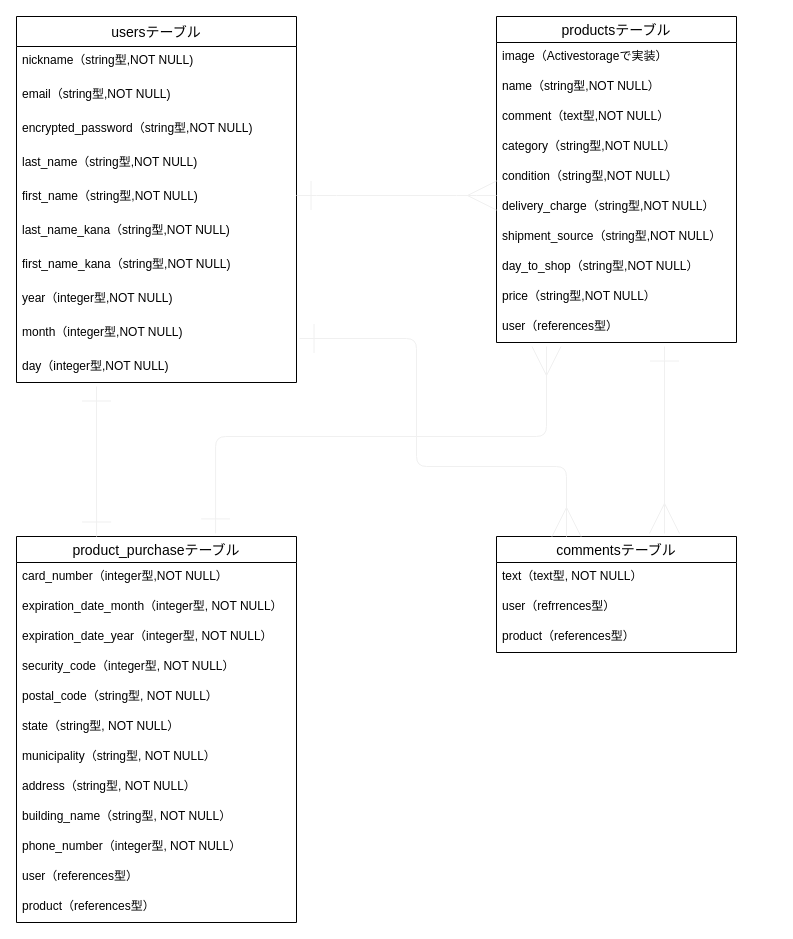
Before: furima.dio in yousuke44/furima-35852, a draw.io diagram. Source tidied: cells renumbered, new cells numbered last; positions are measured from the earlier drawing's top-left corner, leaving out a move shared by most shapes. Both pictures are drawn from the tidied source at 100%, with x=0, y=0 at pixel (16, 16).
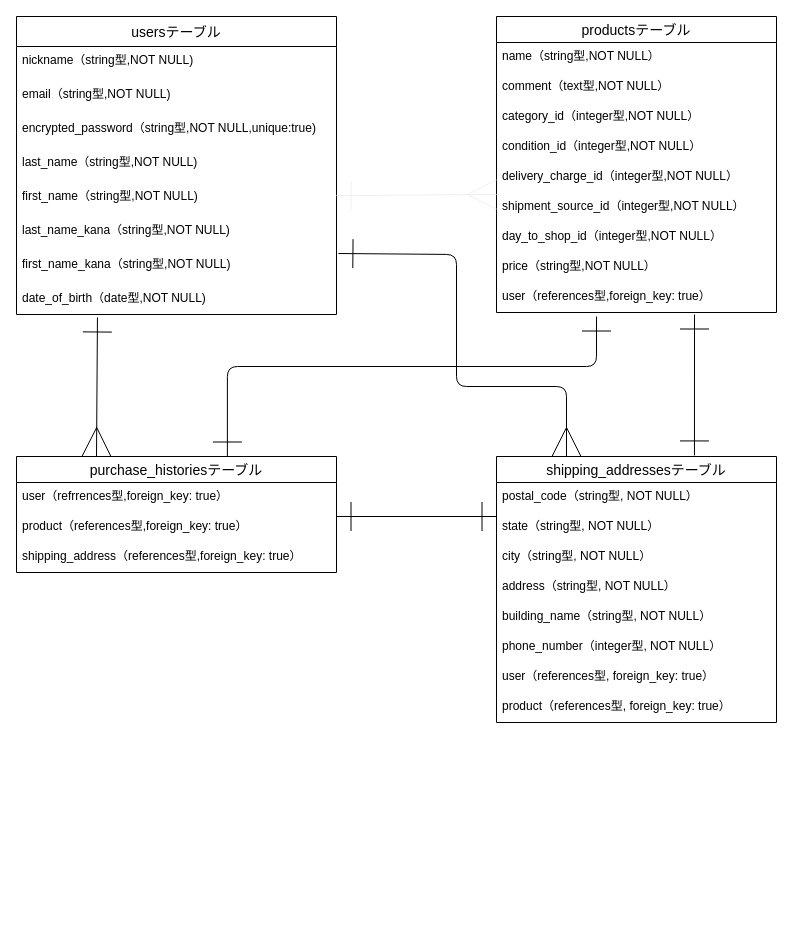
Above is the later version.

Commit message (it also covers changes not shown here):
データベース設計の修正

What changed in the source:
```diff
@@
     <mxCell id="2" value="usersテーブル" style="swimlane;fontStyle=0;horizontal=1;startSize=30;align=center;fontSize=14;" parent="1" vertex="1">
-      <mxGeometry width="280" height="366" as="geometry" />
+      <mxGeometry width="320" height="298" as="geometry" />
     </mxCell>
     <mxCell id="3" value="nickname（string型,NOT NULL)" style="text;strokeColor=none;fillColor=none;spacingLeft=4;spacingRight=4;overflow=hidden;fontSize=12;" parent="2" vertex="1">
-      <mxGeometry y="30" width="280" height="30" as="geometry" />
+      <mxGeometry y="30" width="320" height="30" as="geometry" />
     </mxCell>
     <mxCell id="4" value="email（string型,NOT NULL)" style="text;strokeColor=none;fillColor=none;spacingLeft=4;spacingRight=4;overflow=hidden;fontSize=12;verticalAlign=middle;align=left;" parent="2" vertex="1">
-      <mxGeometry y="60" width="280" height="34" as="geometry" />
+      <mxGeometry y="60" width="320" height="34" as="geometry" />
     </mxCell>
-    <mxCell id="5" value="encrypted_password（string型,NOT NULL)" style="text;strokeColor=none;fillColor=none;spacingLeft=4;spacingRight=4;overflow=hidden;fontSize=12;verticalAlign=middle;align=left;" parent="2" vertex="1">
-      <mxGeometry y="94" width="280" height="34" as="geometry" />
+    <mxCell id="5" value="encrypted_password（string型,NOT NULL,unique:true)" style="text;strokeColor=none;fillColor=none;spacingLeft=4;spacingRight=4;overflow=hidden;fontSize=12;verticalAlign=middle;align=left;" parent="2" vertex="1">
+      <mxGeometry y="94" width="320" height="34" as="geometry" />
     </mxCell>
     <mxCell id="6" value="last_name（string型,NOT NULL)" style="text;strokeColor=none;fillColor=none;spacingLeft=4;spacingRight=4;overflow=hidden;fontSize=12;verticalAlign=middle;align=left;" parent="2" vertex="1">
-      <mxGeometry y="128" width="280" height="34" as="geometry" />
+      <mxGeometry y="128" width="320" height="34" as="geometry" />
     </mxCell>
     <mxCell id="7" value="first_name（string型,NOT NULL)" style="text;strokeColor=none;fillColor=none;spacingLeft=4;spacingRight=4;overflow=hidden;points=[[0,0.5],[1,0.5]];portConstraint=eastwest;fontSize=12;verticalAlign=middle;align=left;" parent="2" vertex="1">
-      <mxGeometry y="162" width="280" height="34" as="geometry" />
+      <mxGeometry y="162" width="320" height="34" as="geometry" />
     </mxCell>
     <mxCell id="8" value="last_name_kana（string型,NOT NULL)" style="text;strokeColor=none;fillColor=none;spacingLeft=4;spacingRight=4;overflow=hidden;fontSize=12;verticalAlign=middle;align=left;" parent="2" vertex="1">
-      <mxGeometry y="196" width="280" height="34" as="geometry" />
+      <mxGeometry y="196" width="320" height="34" as="geometry" />
     </mxCell>
     <mxCell id="9" value="first_name_kana（string型,NOT NULL)" style="text;strokeColor=none;fillColor=none;spacingLeft=4;spacingRight=4;overflow=hidden;points=[[0,0.5],[1,0.5]];portConstraint=eastwest;fontSize=12;verticalAlign=middle;align=left;" parent="2" vertex="1">
-      <mxGeometry y="230" width="280" height="34" as="geometry" />
+      <mxGeometry y="230" width="320" height="34" as="geometry" />
     </mxCell>
-    <mxCell id="10" value="year（integer型,NOT NULL)" style="text;strokeColor=none;fillColor=none;spacingLeft=4;spacingRight=4;overflow=hidden;points=[[0,0.5],[1,0.5]];portConstraint=eastwest;fontSize=12;verticalAlign=middle;align=left;" parent="2" vertex="1">
-      <mxGeometry y="264" width="280" height="34" as="geometry" />
+    <mxCell id="10" value="date_of_birth（date型,NOT NULL)" style="text;strokeColor=none;fillColor=none;spacingLeft=4;spacingRight=4;overflow=hidden;points=[[0,0.5],[1,0.5]];portConstraint=eastwest;fontSize=12;verticalAlign=middle;align=left;" parent="2" vertex="1">
+      <mxGeometry y="264" width="320" height="34" as="geometry" />
     </mxCell>
-    <mxCell id="11" value="month（integer型,NOT NULL)" style="text;strokeColor=none;fillColor=none;spacingLeft=4;spacingRight=4;overflow=hidden;fontSize=12;verticalAlign=middle;align=left;" parent="2" vertex="1">
-      <mxGeometry y="298" width="280" height="34" as="geometry" />
-    </mxCell>
-    <mxCell id="12" value="day（integer型,NOT NULL)" style="text;strokeColor=none;fillColor=none;spacingLeft=4;spacingRight=4;overflow=hidden;fontSize=12;verticalAlign=middle;align=left;" parent="2" vertex="1">
-      <mxGeometry y="332" width="280" height="34" as="geometry" />
-    </mxCell>
     <mxCell id="13" value="productsテーブル" style="swimlane;fontStyle=0;horizontal=1;startSize=26;align=center;fontSize=14;" parent="1" vertex="1">
-      <mxGeometry x="480" width="240" height="326" as="geometry" />
+      <mxGeometry x="480" width="280" height="296" as="geometry" />
     </mxCell>
-    <mxCell id="14" value="image（Activestorageで実装）" style="text;strokeColor=none;fillColor=none;spacingLeft=4;spacingRight=4;overflow=hidden;fontSize=12;" parent="13" vertex="1">
-      <mxGeometry y="26" width="240" height="30" as="geometry" />
-    </mxCell>
     <mxCell id="15" value="name（string型,NOT NULL）" style="text;strokeColor=none;fillColor=none;spacingLeft=4;spacingRight=4;overflow=hidden;fontSize=12;" parent="13" vertex="1">
-      <mxGeometry y="56" width="240" height="30" as="geometry" />
+      <mxGeometry y="26" width="280" height="30" as="geometry" />
     </mxCell>
     <mxCell id="16" value="comment（text型,NOT NULL）" style="text;strokeColor=none;fillColor=none;spacingLeft=4;spacingRight=4;overflow=hidden;fontSize=12;" parent="13" vertex="1">
-      <mxGeometry y="86" width="240" height="30" as="geometry" />
+      <mxGeometry y="56" width="280" height="30" as="geometry" />
     </mxCell>
-    <mxCell id="17" value="category（string型,NOT NULL）" style="text;strokeColor=none;fillColor=none;spacingLeft=4;spacingRight=4;overflow=hidden;fontSize=12;" parent="13" vertex="1">
-      <mxGeometry y="116" width="240" height="30" as="geometry" />
+    <mxCell id="17" value="category_id（integer型,NOT NULL）" style="text;strokeColor=none;fillColor=none;spacingLeft=4;spacingRight=4;overflow=hidden;fontSize=12;" parent="13" vertex="1">
+      <mxGeometry y="86" width="280" height="30" as="geometry" />
     </mxCell>
-    <mxCell id="18" value="condition（string型,NOT NULL）" style="text;strokeColor=none;fillColor=none;spacingLeft=4;spacingRight=4;overflow=hidden;fontSize=12;" parent="13" vertex="1">
-      <mxGeometry y="146" width="240" height="30" as="geometry" />
+    <mxCell id="18" value="condition_id（integer型,NOT NULL）" style="text;strokeColor=none;fillColor=none;spacingLeft=4;spacingRight=4;overflow=hidden;fontSize=12;" parent="13" vertex="1">
+      <mxGeometry y="116" width="280" height="30" as="geometry" />
     </mxCell>
-    <mxCell id="19" value="delivery_charge（string型,NOT NULL）" style="text;strokeColor=none;fillColor=none;spacingLeft=4;spacingRight=4;overflow=hidden;points=[[0,0.5],[1,0.5]];portConstraint=eastwest;fontSize=12;" parent="13" vertex="1">
-      <mxGeometry y="176" width="240" height="30" as="geometry" />
+    <mxCell id="19" value="delivery_charge_id（integer型,NOT NULL）" style="text;strokeColor=none;fillColor=none;spacingLeft=4;spacingRight=4;overflow=hidden;points=[[0,0.5],[1,0.5]];portConstraint=eastwest;fontSize=12;" parent="13" vertex="1">
+      <mxGeometry y="146" width="280" height="30" as="geometry" />
     </mxCell>
-    <mxCell id="20" value="shipment_source（string型,NOT NULL）" style="text;strokeColor=none;fillColor=none;spacingLeft=4;spacingRight=4;overflow=hidden;fontSize=12;" parent="13" vertex="1">
-      <mxGeometry y="206" width="240" height="30" as="geometry" />
+    <mxCell id="20" value="shipment_source_id（integer型,NOT NULL）" style="text;strokeColor=none;fillColor=none;spacingLeft=4;spacingRight=4;overflow=hidden;fontSize=12;" parent="13" vertex="1">
+      <mxGeometry y="176" width="280" height="30" as="geometry" />
     </mxCell>
-    <mxCell id="21" value="day_to_shop（string型,NOT NULL）" style="text;strokeColor=none;fillColor=none;spacingLeft=4;spacingRight=4;overflow=hidden;fontSize=12;" parent="13" vertex="1">
-      <mxGeometry y="236" width="240" height="30" as="geometry" />
+    <mxCell id="21" value="day_to_shop_id（integer型,NOT NULL）" style="text;strokeColor=none;fillColor=none;spacingLeft=4;spacingRight=4;overflow=hidden;fontSize=12;" parent="13" vertex="1">
+      <mxGeometry y="206" width="280" height="30" as="geometry" />
     </mxCell>
     <mxCell id="22" value="price（string型,NOT NULL）" style="text;strokeColor=none;fillColor=none;spacingLeft=4;spacingRight=4;overflow=hidden;fontSize=12;" parent="13" vertex="1">
-      <mxGeometry y="266" width="240" height="30" as="geometry" />
+      <mxGeometry y="236" width="280" height="30" as="geometry" />
     </mxCell>
-    <mxCell id="23" value="user（references型）" style="text;strokeColor=none;fillColor=none;spacingLeft=4;spacingRight=4;overflow=hidden;fontSize=12;" parent="13" vertex="1">
-      <mxGeometry y="296" width="240" height="30" as="geometry" />
+    <mxCell id="23" value="user（references型,foreign_key: true）" style="text;strokeColor=none;fillColor=none;spacingLeft=4;spacingRight=4;overflow=hidden;fontSize=12;" parent="13" vertex="1">
+      <mxGeometry y="266" width="280" height="30" as="geometry" />
     </mxCell>
-    <mxCell id="24" value="product_purchaseテーブル" style="swimlane;fontStyle=0;horizontal=1;startSize=26;align=center;fontSize=14;" parent="1" vertex="1">
-      <mxGeometry y="520" width="280" height="386" as="geometry" />
+    <mxCell id="24" value="shipping_addressesテーブル" style="swimlane;fontStyle=0;horizontal=1;startSize=26;align=center;fontSize=14;" parent="1" vertex="1">
+      <mxGeometry x="480" y="440" width="280" height="266" as="geometry" />
     </mxCell>
-    <mxCell id="25" value="card_number（integer型,NOT NULL）" style="text;strokeColor=none;fillColor=none;spacingLeft=4;spacingRight=4;overflow=hidden;fontSize=12;" parent="24" vertex="1">
-      <mxGeometry y="26" width="280" height="30" as="geometry" />
-    </mxCell>
-    <mxCell id="26" value="expiration_date_month（integer型, NOT NULL）" style="text;strokeColor=none;fillColor=none;spacingLeft=4;spacingRight=4;overflow=hidden;fontSize=12;" parent="24" vertex="1">
-      <mxGeometry y="56" width="280" height="30" as="geometry" />
-    </mxCell>
-    <mxCell id="27" value="expiration_date_year（integer型, NOT NULL）" style="text;strokeColor=none;fillColor=none;spacingLeft=4;spacingRight=4;overflow=hidden;fontSize=12;" parent="24" vertex="1">
-      <mxGeometry y="86" width="280" height="30" as="geometry" />
-    </mxCell>
-    <mxCell id="28" value="security_code（integer型, NOT NULL）" style="text;strokeColor=none;fillColor=none;spacingLeft=4;spacingRight=4;overflow=hidden;fontSize=12;" parent="24" vertex="1">
-      <mxGeometry y="116" width="280" height="30" as="geometry" />
-    </mxCell>
     <mxCell id="29" value="postal_code（string型, NOT NULL）" style="text;strokeColor=none;fillColor=none;spacingLeft=4;spacingRight=4;overflow=hidden;fontSize=12;" parent="24" vertex="1">
-      <mxGeometry y="146" width="280" height="30" as="geometry" />
+      <mxGeometry y="26" width="280" height="30" as="geometry" />
     </mxCell>
     <mxCell id="30" value="state（string型, NOT NULL）" style="text;strokeColor=none;fillColor=none;spacingLeft=4;spacingRight=4;overflow=hidden;fontSize=12;" parent="24" vertex="1">
-      <mxGeometry y="176" width="280" height="30" as="geometry" />
+      <mxGeometry y="56" width="280" height="30" as="geometry" />
     </mxCell>
-    <mxCell id="31" value="municipality（string型, NOT NULL）" style="text;strokeColor=none;fillColor=none;spacingLeft=4;spacingRight=4;overflow=hidden;fontSize=12;" parent="24" vertex="1">
-      <mxGeometry y="206" width="280" height="30" as="geometry" />
+    <mxCell id="31" value="city（string型, NOT NULL）" style="text;strokeColor=none;fillColor=none;spacingLeft=4;spacingRight=4;overflow=hidden;fontSize=12;" parent="24" vertex="1">
+      <mxGeometry y="86" width="280" height="30" as="geometry" />
     </mxCell>
     <mxCell id="32" value="address（string型, NOT NULL）" style="text;strokeColor=none;fillColor=none;spacingLeft=4;spacingRight=4;overflow=hidden;fontSize=12;" parent="24" vertex="1">
-      <mxGeometry y="236" width="280" height="30" as="geometry" />
+      <mxGeometry y="116" width="280" height="30" as="geometry" />
     </mxCell>
     <mxCell id="33" value="building_name（string型, NOT NULL）" style="text;strokeColor=none;fillColor=none;spacingLeft=4;spacingRight=4;overflow=hidden;fontSize=12;" parent="24" vertex="1">
-      <mxGeometry y="266" width="280" height="30" as="geometry" />
+      <mxGeometry y="146" width="280" height="30" as="geometry" />
     </mxCell>
     <mxCell id="34" value="phone_number（integer型, NOT NULL）" style="text;strokeColor=none;fillColor=none;spacingLeft=4;spacingRight=4;overflow=hidden;fontSize=12;" parent="24" vertex="1">
-      <mxGeometry y="296" width="280" height="30" as="geometry" />
+      <mxGeometry y="176" width="280" height="30" as="geometry" />
     </mxCell>
+    <mxCell id="46" value="user（references型, foreign_key: true）" style="text;strokeColor=none;fillColor=none;spacingLeft=4;spacingRight=4;overflow=hidden;fontSize=12;" parent="24" vertex="1">
+      <mxGeometry y="206" width="280" height="30" as="geometry" />
+    </mxCell>
-    <mxCell id="35" value="user（references型）" style="text;strokeColor=none;fillColor=none;spacingLeft=4;spacingRight=4;overflow=hidden;fontSize=12;" parent="24" vertex="1">
-      <mxGeometry y="326" width="280" height="30" as="geometry" />
+    <mxCell id="35" value="product（references型, foreign_key: true）" style="text;strokeColor=none;fillColor=none;spacingLeft=4;spacingRight=4;overflow=hidden;fontSize=12;" parent="24" vertex="1">
+      <mxGeometry y="236" width="280" height="30" as="geometry" />
     </mxCell>
-    <mxCell id="36" value="product（references型）" style="text;strokeColor=none;fillColor=none;spacingLeft=4;spacingRight=4;overflow=hidden;fontSize=12;" parent="24" vertex="1">
-      <mxGeometry y="356" width="280" height="30" as="geometry" />
-    </mxCell>
-    <mxCell id="37" value="commentsテーブル" style="swimlane;fontStyle=0;horizontal=1;startSize=26;align=center;fontSize=14;" parent="1" vertex="1">
-      <mxGeometry x="480" y="520" width="240" height="116" as="geometry" />
+    <mxCell id="37" value="purchase_historiesテーブル" style="swimlane;fontStyle=0;horizontal=1;startSize=26;align=center;fontSize=14;" parent="1" vertex="1">
+      <mxGeometry y="440" width="320" height="116" as="geometry" />
     </mxCell>
-    <mxCell id="38" value="text（text型, NOT NULL）" style="text;strokeColor=none;fillColor=none;spacingLeft=4;spacingRight=4;overflow=hidden;fontSize=12;" parent="37" vertex="1">
-      <mxGeometry y="26" width="240" height="30" as="geometry" />
-    </mxCell>
-    <mxCell id="39" value="user（refrrences型）" style="text;strokeColor=none;fillColor=none;spacingLeft=4;spacingRight=4;overflow=hidden;fontSize=12;" parent="37" vertex="1">
-      <mxGeometry y="56" width="240" height="30" as="geometry" />
+    <mxCell id="39" value="user（refrrences型,foreign_key: true）" style="text;strokeColor=none;fillColor=none;spacingLeft=4;spacingRight=4;overflow=hidden;fontSize=12;" parent="37" vertex="1">
+      <mxGeometry y="26" width="320" height="30" as="geometry" />
     </mxCell>
-    <mxCell id="40" value="product（references型）" style="text;strokeColor=none;fillColor=none;spacingLeft=4;spacingRight=4;overflow=hidden;fontSize=12;" parent="37" vertex="1">
-      <mxGeometry y="86" width="240" height="30" as="geometry" />
+    <mxCell id="40" value="product（references型,foreign_key: true）" style="text;strokeColor=none;fillColor=none;spacingLeft=4;spacingRight=4;overflow=hidden;fontSize=12;" parent="37" vertex="1">
+      <mxGeometry y="56" width="320" height="30" as="geometry" />
     </mxCell>
+    <mxCell id="47" value="shipping_address（references型,foreign_key: true）" style="text;strokeColor=none;fillColor=none;spacingLeft=4;spacingRight=4;overflow=hidden;fontSize=12;" parent="37" vertex="1">
+      <mxGeometry y="86" width="320" height="30" as="geometry" />
+    </mxCell>
-    <mxCell id="41" style="edgeStyle=entityRelationEdgeStyle;fontSize=12;html=1;endArrow=ERmany;startArrow=ERone;strokeColor=#f0f0f0;exitX=1;exitY=0.5;exitDx=0;exitDy=0;entryX=0;entryY=0.1;entryDx=0;entryDy=0;entryPerimeter=0;endSize=27;startFill=0;startSize=27;endFill=0;" parent="1" edge="1" source="7" target="19">
+    <mxCell id="41" style="edgeStyle=entityRelationEdgeStyle;fontSize=12;html=1;endArrow=ERmany;startArrow=ERone;strokeColor=#f0f0f0;exitX=1;exitY=0.5;exitDx=0;exitDy=0;entryX=0;entryY=1.067;entryDx=0;entryDy=0;entryPerimeter=0;endSize=27;startFill=0;startSize=27;endFill=0;" parent="1" edge="1" source="7" target="19">
       <mxGeometry relative="1" as="geometry" />
     </mxCell>
-    <mxCell id="42" style="edgeStyle=orthogonalEdgeStyle;fontSize=12;html=1;endArrow=ERmany;startArrow=ERone;strokeColor=#f0f0f0;endFill=0;endSize=27;startFill=0;startSize=27;" parent="1" edge="1" target="37">
-      <mxGeometry relative="1" as="geometry">
-        <mxPoint x="283" y="322" as="sourcePoint" />
-        <Array as="points">
-          <mxPoint x="400" y="322" />
-          <mxPoint x="400" y="450" />
-          <mxPoint x="550" y="450" />
-        </Array>
-      </mxGeometry>
-    </mxCell>
-    <mxCell id="43" style="endArrow=ERmany;html=1;rounded=0;strokeColor=#f0f0f0;entryX=0.7;entryY=-0.026;entryDx=0;entryDy=0;entryPerimeter=0;endFill=0;startSize=27;endSize=28;startArrow=ERone;startFill=0;" parent="1" edge="1" target="37">
-      <mxGeometry relative="1" as="geometry">
-        <mxPoint x="648" y="330" as="sourcePoint" />
-      </mxGeometry>
-    </mxCell>
-    <mxCell id="44" style="endArrow=ERone;html=1;rounded=0;strokeColor=#f0f0f0;entryX=0.286;entryY=0;entryDx=0;entryDy=0;entryPerimeter=0;startArrow=ERone;startFill=0;endSize=27;startSize=27;endFill=0;" parent="1" edge="1" target="24">
-      <mxGeometry relative="1" as="geometry">
-        <mxPoint x="80" y="370" as="sourcePoint" />
-      </mxGeometry>
-    </mxCell>
-    <mxCell id="45" style="edgeStyle=orthogonalEdgeStyle;fontSize=12;html=1;endArrow=ERmany;strokeColor=#f0f0f0;exitX=0.711;exitY=-0.008;exitDx=0;exitDy=0;exitPerimeter=0;startArrow=ERone;startFill=0;startSize=27;endSize=27;" parent="1" edge="1" source="24">
-      <mxGeometry relative="1" as="geometry">
-        <mxPoint x="530" y="330" as="targetPoint" />
-        <Array as="points">
-          <mxPoint x="199" y="420" />
-          <mxPoint x="530" y="420" />
-        </Array>
-      </mxGeometry>
-    </mxCell>
+    <mxCell id="48" style="endArrow=ERmany;html=1;rounded=0;entryX=0.25;entryY=0;entryDx=0;entryDy=0;exitX=0.253;exitY=1.088;exitDx=0;exitDy=0;exitPerimeter=0;endFill=0;startSize=27;endSize=27;startArrow=ERone;startFill=0;" parent="1" edge="1" source="10" target="37">
+      <mxGeometry relative="1" as="geometry" />
+    </mxCell>
+    <mxCell id="49" style="endArrow=ERone;html=1;rounded=0;entryX=0.707;entryY=-0.004;entryDx=0;entryDy=0;entryPerimeter=0;endFill=0;startArrow=ERone;startFill=0;endSize=27;startSize=27;" parent="1" edge="1" target="24">
+      <mxGeometry relative="1" as="geometry">
+        <mxPoint x="678" y="298" as="sourcePoint" />
+      </mxGeometry>
+    </mxCell>
+    <mxCell id="50" style="edgeStyle=orthogonalEdgeStyle;fontSize=12;html=1;endArrow=ERmany;exitX=1.006;exitY=0.206;exitDx=0;exitDy=0;exitPerimeter=0;entryX=0.25;entryY=0;entryDx=0;entryDy=0;endSize=27;startArrow=ERone;startFill=0;startSize=27;" parent="1" edge="1" source="9" target="24">
+      <mxGeometry relative="1" as="geometry">
+        <Array as="points">
+          <mxPoint x="440" y="238" />
+          <mxPoint x="440" y="370" />
+          <mxPoint x="550" y="370" />
+        </Array>
+      </mxGeometry>
+    </mxCell>
+    <mxCell id="51" style="edgeStyle=orthogonalEdgeStyle;fontSize=12;html=1;endArrow=ERone;exitX=0.659;exitY=0;exitDx=0;exitDy=0;exitPerimeter=0;endFill=0;startArrow=ERone;startFill=0;jumpSize=6;endSize=27;startSize=27;" parent="1" edge="1" source="37">
+      <mxGeometry relative="1" as="geometry">
+        <mxPoint x="580" y="300" as="targetPoint" />
+        <Array as="points">
+          <mxPoint x="211" y="350" />
+          <mxPoint x="580" y="350" />
+        </Array>
+      </mxGeometry>
+    </mxCell>
+    <mxCell id="52" style="endArrow=ERone;html=1;rounded=0;startArrow=ERone;startFill=0;endFill=0;endSize=27;startSize=27;" parent="1" edge="1">
+      <mxGeometry relative="1" as="geometry">
+        <mxPoint x="320" y="500" as="sourcePoint" />
+        <mxPoint x="480" y="500" as="targetPoint" />
+      </mxGeometry>
+    </mxCell>
```
